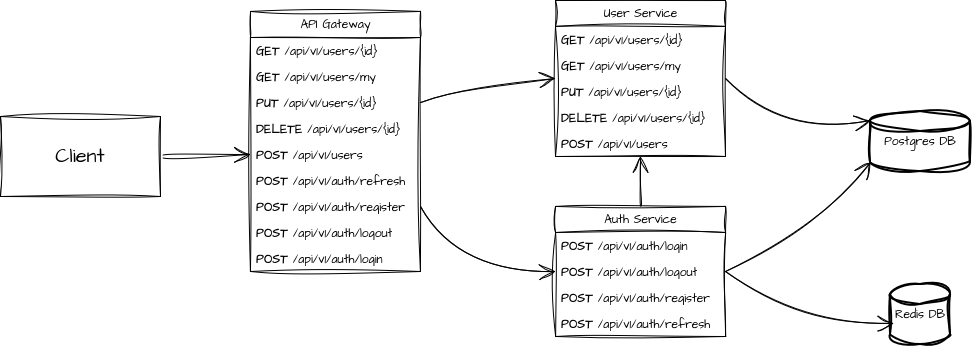
Before: diagrams/Services Diagram.drawio.png, a diagram exported from draw.io (Alebik0/go-auth). Source tidied: cells renumbered, new cells last; positions are measured from the earlier drawing's top-left corner, leaving out a move shared by most shapes.
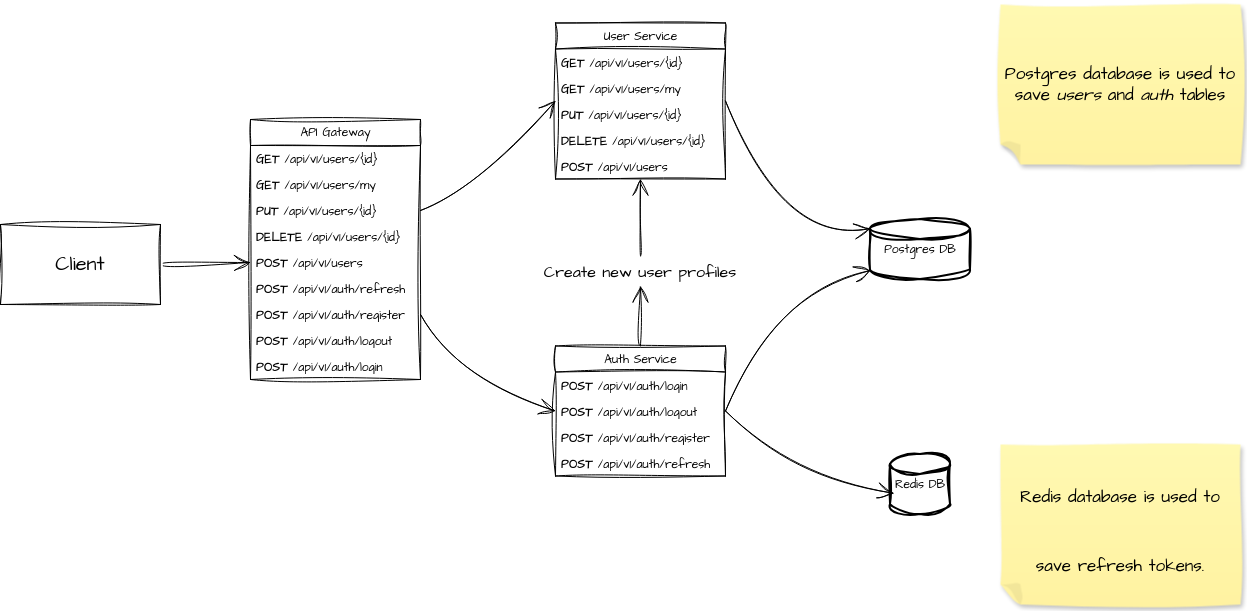
After the change.

Change to the diagram source:
```diff
@@ -2,6 +2,9 @@
   <root>
     <mxCell id="0" />
     <mxCell id="1" parent="0" />
+    <mxCell id="34" value="&lt;font style=&quot;font-size: 17px;&quot;&gt;Redis database is used to save refresh tokens.&lt;/font&gt;" style="shape=note;whiteSpace=wrap;html=1;backgroundOutline=1;fontColor=#000000;darkOpacity=0.05;fillColor=#FFF9B2;strokeColor=none;fillStyle=solid;direction=west;gradientDirection=north;gradientColor=#FFF2A1;shadow=1;size=20;autosizeText=1;sketch=1;hachureGap=4;jiggle=2;curveFitting=1;fontFamily=Architects Daughter;fontSource=https%3A%2F%2Ffonts.googleapis.com%2Fcss%3Ffamily%3DArchitects%2BDaughter;fontSize=57;verticalAlign=top;" parent="1" vertex="1">
+      <mxGeometry x="1000" y="336" width="240" height="160" as="geometry" />
+    </mxCell>
     <mxCell id="2" style="edgeStyle=none;curved=1;rounded=0;sketch=1;hachureGap=4;jiggle=2;curveFitting=1;jettySize=auto;html=1;exitX=1;exitY=0.5;exitDx=0;exitDy=0;entryX=0;entryY=0.5;entryDx=0;entryDy=0;fontFamily=Architects Daughter;fontSource=https%3A%2F%2Ffonts.googleapis.com%2Fcss%3Ffamily%3DArchitects%2BDaughter;fontSize=16;startSize=14;endArrow=open;endSize=14;sourcePerimeterSpacing=8;targetPerimeterSpacing=8;" parent="1" edge="1" source="3" target="27">
       <mxGeometry relative="1" as="geometry" />
     </mxCell>
@@ -11,11 +14,11 @@
     <mxCell id="4" value="&lt;div&gt;Client&lt;/div&gt;" style="text;html=1;whiteSpace=wrap;strokeColor=none;fillColor=none;align=center;verticalAlign=middle;rounded=0;fontSize=20;fontFamily=Architects Daughter;fontSource=https%3A%2F%2Ffonts.googleapis.com%2Fcss%3Ffamily%3DArchitects%2BDaughter;" parent="1" vertex="1">
       <mxGeometry x="50" y="141" width="60" height="30" as="geometry" />
     </mxCell>
-    <mxCell id="5" style="edgeStyle=none;curved=1;rounded=0;sketch=1;hachureGap=4;jiggle=2;curveFitting=1;jettySize=auto;html=1;exitX=0.5;exitY=0;exitDx=0;exitDy=0;entryX=0.5;entryY=1;entryDx=0;entryDy=0;fontFamily=Architects Daughter;fontSource=https%3A%2F%2Ffonts.googleapis.com%2Fcss%3Ffamily%3DArchitects%2BDaughter;fontSize=16;startSize=14;endArrow=open;endSize=14;sourcePerimeterSpacing=8;targetPerimeterSpacing=8;" parent="1" edge="1" source="6" target="11">
+    <mxCell id="5" style="edgeStyle=none;curved=1;rounded=0;sketch=1;hachureGap=4;jiggle=2;curveFitting=1;jettySize=auto;html=1;exitX=0.5;exitY=0;exitDx=0;exitDy=0;entryX=0.5;entryY=1;entryDx=0;entryDy=0;fontFamily=Architects Daughter;fontSource=https%3A%2F%2Ffonts.googleapis.com%2Fcss%3Ffamily%3DArchitects%2BDaughter;fontSize=16;startSize=14;endArrow=open;endSize=14;sourcePerimeterSpacing=8;targetPerimeterSpacing=8;" parent="1" edge="1" source="36" target="11">
       <mxGeometry relative="1" as="geometry" />
     </mxCell>
     <mxCell id="6" value="Auth Service" style="swimlane;fontStyle=0;horizontal=1;startSize=26;fillColor=default;html=1;sketch=1;hachureGap=4;jiggle=2;curveFitting=1;fontFamily=Architects Daughter;fontSource=https%3A%2F%2Ffonts.googleapis.com%2Fcss%3Ffamily%3DArchitects%2BDaughter;swimlaneFillColor=default;" parent="1" vertex="1">
-      <mxGeometry x="555" y="206" width="170" height="130" as="geometry" />
+      <mxGeometry x="555" y="237.5" width="170" height="130" as="geometry" />
     </mxCell>
     <mxCell id="7" value="&lt;b&gt;POST&lt;/b&gt; /api/v1/auth/login" style="text;strokeColor=none;fillColor=none;align=left;verticalAlign=top;spacingLeft=4;spacingRight=4;overflow=hidden;whiteSpace=wrap;html=1;fontFamily=Architects Daughter;fontSource=https%3A%2F%2Ffonts.googleapis.com%2Fcss%3Ffamily%3DArchitects%2BDaughter;" parent="6" vertex="1">
       <mxGeometry y="26" width="170" height="26" as="geometry" />
@@ -30,7 +33,7 @@
       <mxGeometry y="104" width="170" height="26" as="geometry" />
     </mxCell>
     <mxCell id="11" value="User Service" style="swimlane;fontStyle=0;horizontal=1;startSize=26;fillColor=default;html=1;sketch=1;hachureGap=4;jiggle=2;curveFitting=1;fontFamily=Architects Daughter;fontSource=https://fonts.googleapis.com/css?family=Architects+Daughter;swimlaneFillColor=default;" parent="1" vertex="1">
-      <mxGeometry x="555" width="170" height="156" as="geometry" />
+      <mxGeometry x="555" y="-85.5" width="170" height="156" as="geometry" />
     </mxCell>
     <mxCell id="12" value="&lt;b&gt;GET&lt;/b&gt; /api/v1/users/{id}" style="text;strokeColor=none;fillColor=none;align=left;verticalAlign=top;spacingLeft=4;spacingRight=4;overflow=hidden;whiteSpace=wrap;html=1;fontFamily=Architects Daughter;fontSource=https://fonts.googleapis.com/css?family=Architects+Daughter;" parent="11" vertex="1">
       <mxGeometry y="26" width="170" height="26" as="geometry" />
@@ -53,7 +56,7 @@
     <mxCell id="18" style="edgeStyle=none;curved=1;rounded=0;sketch=1;hachureGap=4;jiggle=2;curveFitting=1;jettySize=auto;html=1;exitX=1;exitY=0.5;exitDx=0;exitDy=0;entryX=0;entryY=0.85;entryDx=0;entryDy=0;entryPerimeter=0;fontFamily=Architects Daughter;fontSource=https%3A%2F%2Ffonts.googleapis.com%2Fcss%3Ffamily%3DArchitects%2BDaughter;fontSize=16;startSize=14;endArrow=open;endSize=14;sourcePerimeterSpacing=8;targetPerimeterSpacing=8;" parent="1" edge="1" source="8" target="17">
       <mxGeometry relative="1" as="geometry">
         <Array as="points">
-          <mxPoint x="820" y="226" />
+          <mxPoint x="770" y="186" />
         </Array>
       </mxGeometry>
     </mxCell>
@@ -65,12 +68,12 @@
       </mxGeometry>
     </mxCell>
     <mxCell id="20" value="Redis DB" style="strokeWidth=2;html=1;shape=mxgraph.flowchart.database;whiteSpace=wrap;sketch=1;hachureGap=4;jiggle=2;curveFitting=1;fontFamily=Architects Daughter;fontSource=https%3A%2F%2Ffonts.googleapis.com%2Fcss%3Ffamily%3DArchitects%2BDaughter;" parent="1" vertex="1">
-      <mxGeometry x="890" y="284" width="60" height="60" as="geometry" />
+      <mxGeometry x="890" y="346" width="60" height="60" as="geometry" />
     </mxCell>
     <mxCell id="21" style="edgeStyle=none;curved=1;rounded=0;sketch=1;hachureGap=4;jiggle=2;curveFitting=1;jettySize=auto;html=1;exitX=1;exitY=0.5;exitDx=0;exitDy=0;entryX=0.058;entryY=0.648;entryDx=0;entryDy=0;entryPerimeter=0;fontFamily=Architects Daughter;fontSource=https%3A%2F%2Ffonts.googleapis.com%2Fcss%3Ffamily%3DArchitects%2BDaughter;fontSize=16;startSize=14;endArrow=open;endSize=14;sourcePerimeterSpacing=8;targetPerimeterSpacing=8;" parent="1" edge="1" source="8" target="20">
       <mxGeometry relative="1" as="geometry">
         <Array as="points">
-          <mxPoint x="800" y="323" />
+          <mxPoint x="790" y="366" />
         </Array>
       </mxGeometry>
     </mxCell>
@@ -118,5 +121,14 @@
         </Array>
       </mxGeometry>
     </mxCell>
+    <mxCell id="35" style="edgeStyle=none;curved=1;rounded=0;sketch=1;hachureGap=4;jiggle=2;curveFitting=1;jettySize=auto;html=1;exitX=0.5;exitY=0;exitDx=0;exitDy=0;entryX=0.5;entryY=1;entryDx=0;entryDy=0;fontFamily=Architects Daughter;fontSource=https%3A%2F%2Ffonts.googleapis.com%2Fcss%3Ffamily%3DArchitects%2BDaughter;fontSize=16;startSize=14;endArrow=open;endSize=14;sourcePerimeterSpacing=8;targetPerimeterSpacing=8;" parent="1" edge="1" source="6" target="36">
+      <mxGeometry relative="1" as="geometry" />
+    </mxCell>
+    <mxCell id="36" value="&lt;div&gt;&lt;font style=&quot;font-size: 16px;&quot;&gt;Create new user profiles&lt;/font&gt;&lt;/div&gt;" style="text;html=1;whiteSpace=wrap;strokeColor=none;fillColor=none;align=center;verticalAlign=middle;rounded=0;fontSize=20;fontFamily=Architects Daughter;fontSource=https%3A%2F%2Ffonts.googleapis.com%2Fcss%3Ffamily%3DArchitects%2BDaughter;" parent="1" vertex="1">
+      <mxGeometry x="540" y="147.5" width="200" height="30" as="geometry" />
+    </mxCell>
+    <mxCell id="37" value="&lt;font style=&quot;font-size: 17px;&quot;&gt;Postgres database is used to save &lt;i&gt;users&lt;/i&gt;&amp;nbsp;and&amp;nbsp;&lt;i&gt;auth&lt;/i&gt;&amp;nbsp;tables&lt;/font&gt;" style="shape=note;whiteSpace=wrap;html=1;backgroundOutline=1;fontColor=#000000;darkOpacity=0.05;fillColor=#FFF9B2;strokeColor=none;fillStyle=solid;direction=west;gradientDirection=north;gradientColor=#FFF2A1;shadow=1;size=20;autosizeText=1;sketch=1;hachureGap=4;jiggle=2;curveFitting=1;fontFamily=Architects Daughter;fontSource=https%3A%2F%2Ffonts.googleapis.com%2Fcss%3Ffamily%3DArchitects%2BDaughter;fontSize=13;" parent="1" vertex="1">
+      <mxGeometry x="1000" y="-104" width="240" height="160" as="geometry" />
+    </mxCell>
   </root>
 </mxGraphModel>
```
